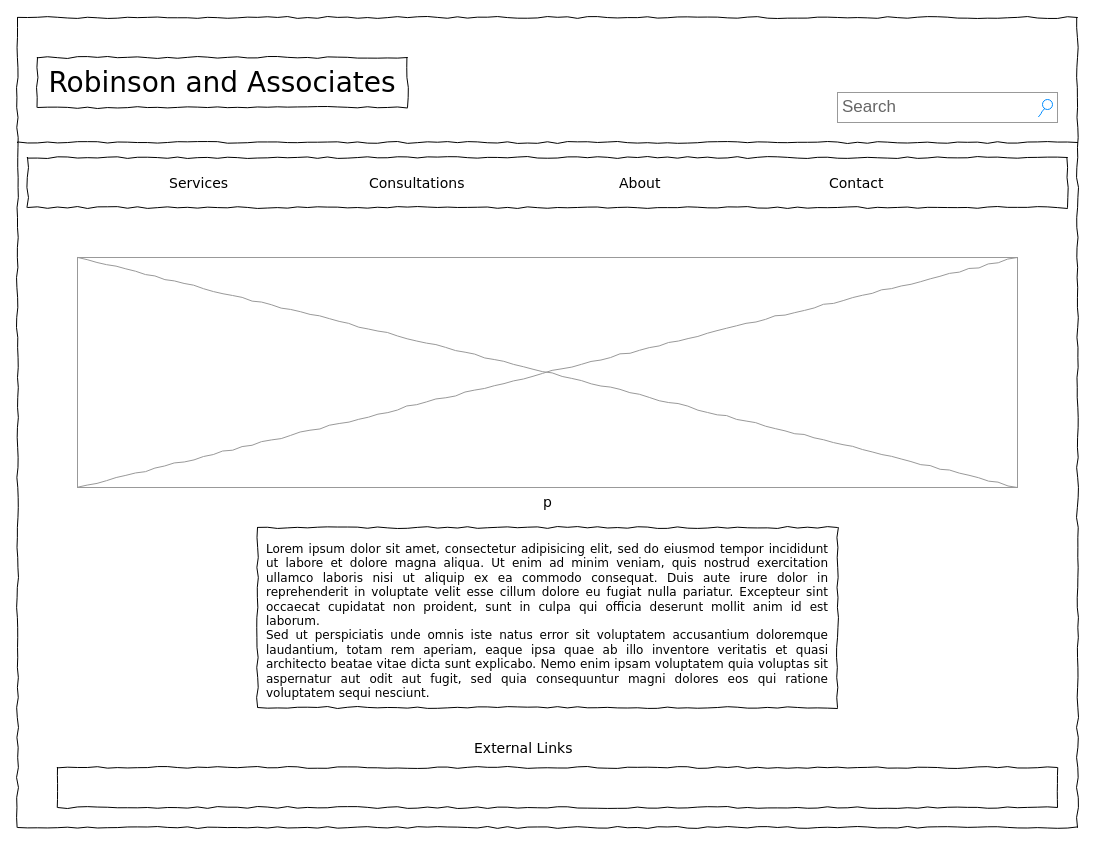
This is .github/Untitled Diagram.drawio from kimmyrodriguez1/CMST-Project-1, a draw.io file, before an edit. Source tidied: cells renumbered, new cells numbered last; positions are measured from the earlier drawing's top-left corner, leaving out a move shared by most shapes. Both pictures are drawn from the tidied source at 100%, with x=0, y=0 at pixel (17, 17).
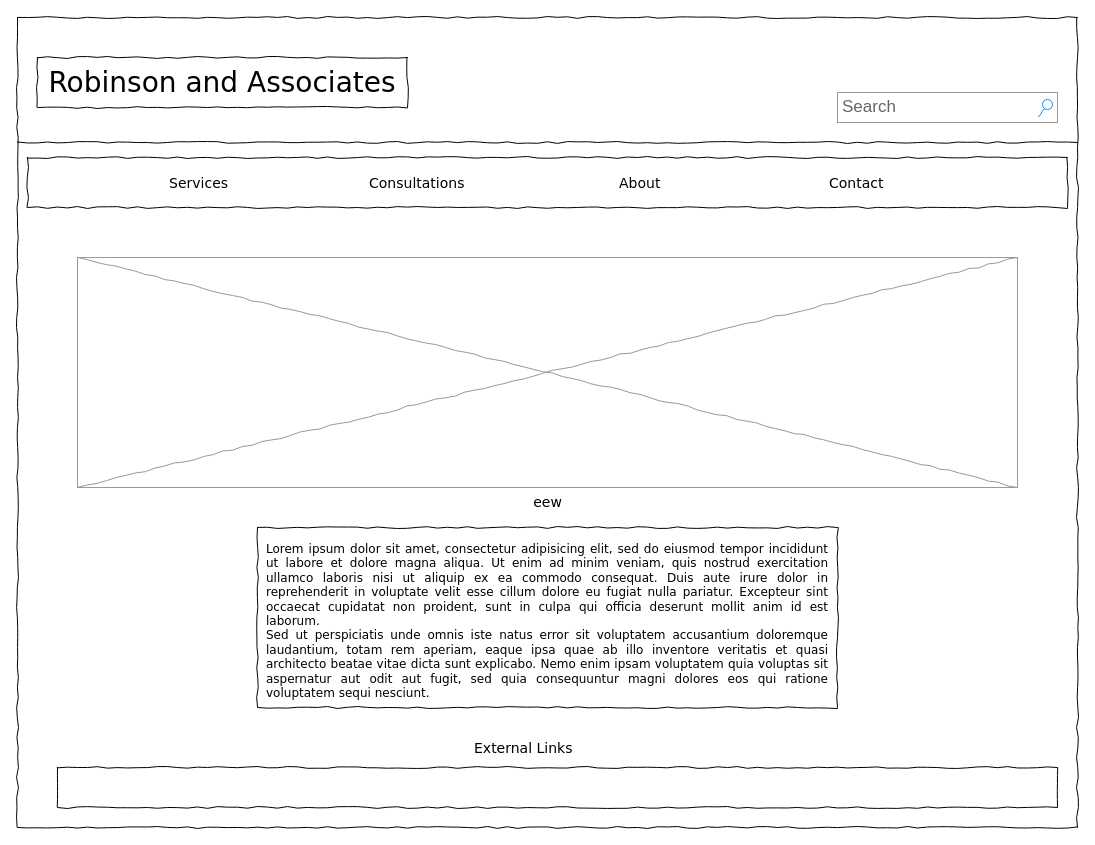
After the change.

Commit message:
Wire frame Project 2

The edit, as a diff of the source:
```diff
@@
 <mxGraphModel background="#ffffff">
   <root>
     <mxCell id="0" />
     <mxCell id="1" parent="0" />
     <mxCell id="2" style="whiteSpace=wrap;html=1;rounded=0;shadow=0;labelBackgroundColor=none;strokeColor=#000000;strokeWidth=1;fillColor=none;fontFamily=Verdana;fontSize=12;fontColor=#000000;align=center;comic=1;" parent="1" vertex="1">
       <mxGeometry width="1060" height="810" as="geometry" />
     </mxCell>
     <mxCell id="3" value="Robinson and Associates" style="whiteSpace=wrap;html=1;rounded=0;shadow=0;labelBackgroundColor=none;strokeWidth=1;fontFamily=Verdana;fontSize=28;align=center;comic=1;" parent="1" vertex="1">
       <mxGeometry x="20" y="40" width="370" height="50" as="geometry" />
     </mxCell>
     <mxCell id="4" value="Search" style="strokeWidth=1;shadow=0;dashed=0;align=center;html=1;shape=mxgraph.mockup.forms.searchBox;strokeColor=#999999;mainText=;strokeColor2=#008cff;fontColor=#666666;fontSize=17;align=left;spacingLeft=3;rounded=0;labelBackgroundColor=none;comic=1;" parent="1" vertex="1">
       <mxGeometry x="820" y="75" width="220" height="30" as="geometry" />
     </mxCell>
     <mxCell id="5" style="line;strokeWidth=1;html=1;rounded=0;shadow=0;labelBackgroundColor=none;fillColor=none;fontFamily=Verdana;fontSize=14;fontColor=#000000;align=center;comic=1;" parent="1" vertex="1">
       <mxGeometry y="120" width="1060" height="10" as="geometry" />
     </mxCell>
     <mxCell id="6" style="whiteSpace=wrap;html=1;rounded=0;shadow=0;labelBackgroundColor=none;strokeWidth=1;fillColor=none;fontFamily=Verdana;fontSize=12;align=center;comic=1;" parent="1" vertex="1">
       <mxGeometry x="10" y="140" width="1040" height="50" as="geometry" />
     </mxCell>
     <mxCell id="7" value="Services" style="text;html=1;align=left;verticalAlign=top;spacingTop=-4;fontSize=14;fontFamily=Verdana;" parent="1" vertex="1">
       <mxGeometry x="150" y="155" width="60" height="20" as="geometry" />
     </mxCell>
     <mxCell id="8" value="Consultations" style="text;html=1;align=left;verticalAlign=top;spacingTop=-4;fontSize=14;fontFamily=Verdana;" parent="1" vertex="1">
       <mxGeometry x="350" y="155" width="60" height="20" as="geometry" />
     </mxCell>
     <mxCell id="9" value="About" style="text;html=1;align=left;verticalAlign=top;spacingTop=-4;fontSize=14;fontFamily=Verdana;" parent="1" vertex="1">
       <mxGeometry x="600" y="155" width="60" height="20" as="geometry" />
     </mxCell>
     <mxCell id="10" value="Contact" style="text;html=1;align=left;verticalAlign=top;spacingTop=-4;fontSize=14;fontFamily=Verdana;" parent="1" vertex="1">
       <mxGeometry x="810" y="155" width="60" height="20" as="geometry" />
     </mxCell>
     <mxCell id="11" value="&lt;div style=&quot;text-align: justify&quot;&gt;&lt;span&gt;Lorem ipsum dolor sit amet, consectetur adipisicing elit, sed do eiusmod tempor incididunt ut labore et dolore magna aliqua. Ut enim ad minim veniam, quis nostrud exercitation ullamco laboris nisi ut aliquip ex ea commodo consequat. Duis aute irure dolor in reprehenderit in voluptate velit esse cillum dolore eu fugiat nulla pariatur. Excepteur sint occaecat cupidatat non proident, sunt in culpa qui officia deserunt mollit anim id est laborum.&lt;/span&gt;&lt;/div&gt;&lt;div style=&quot;text-align: justify&quot;&gt;&lt;span&gt;Sed ut perspiciatis unde omnis iste natus error sit voluptatem accusantium doloremque laudantium, totam rem aperiam, eaque ipsa quae ab illo inventore veritatis et quasi architecto beatae vitae dicta sunt explicabo. Nemo enim ipsam voluptatem quia voluptas sit aspernatur aut odit aut fugit, sed quia consequuntur magni dolores eos qui ratione voluptatem sequi nesciunt.&amp;nbsp;&lt;/span&gt;&lt;/div&gt;" style="whiteSpace=wrap;html=1;rounded=0;shadow=0;labelBackgroundColor=none;strokeWidth=1;fillColor=none;fontFamily=Verdana;fontSize=12;align=center;verticalAlign=top;spacing=10;comic=1;" parent="1" vertex="1">
       <mxGeometry x="240" y="510" width="580" height="180" as="geometry" />
     </mxCell>
     <mxCell id="12" style="whiteSpace=wrap;html=1;rounded=0;shadow=0;labelBackgroundColor=none;strokeWidth=1;fillColor=none;fontFamily=Verdana;fontSize=12;align=center;comic=1;" parent="1" vertex="1">
       <mxGeometry x="40" y="750" width="1000" height="40" as="geometry" />
     </mxCell>
     <mxCell id="13" value="External Links" style="text;html=1;align=left;verticalAlign=top;spacingTop=-4;fontSize=14;fontFamily=Verdana;" parent="1" vertex="1">
       <mxGeometry x="455" y="720" width="170" height="20" as="geometry" />
     </mxCell>
-    <mxCell id="14" value="p" style="verticalLabelPosition=bottom;shadow=0;dashed=0;align=center;html=1;verticalAlign=top;strokeWidth=1;shape=mxgraph.mockup.graphics.simpleIcon;strokeColor=#999999;rounded=0;labelBackgroundColor=none;fontFamily=Verdana;fontSize=14;fontColor=#000000;comic=1;" parent="1" vertex="1">
+    <mxCell id="14" value="eew" style="verticalLabelPosition=bottom;shadow=0;dashed=0;align=center;html=1;verticalAlign=top;strokeWidth=1;shape=mxgraph.mockup.graphics.simpleIcon;strokeColor=#999999;rounded=0;labelBackgroundColor=none;fontFamily=Verdana;fontSize=14;fontColor=#000000;comic=1;" parent="1" vertex="1">
       <mxGeometry x="60" y="240" width="940" height="230" as="geometry" />
     </mxCell>
   </root>
 </mxGraphModel>
```
